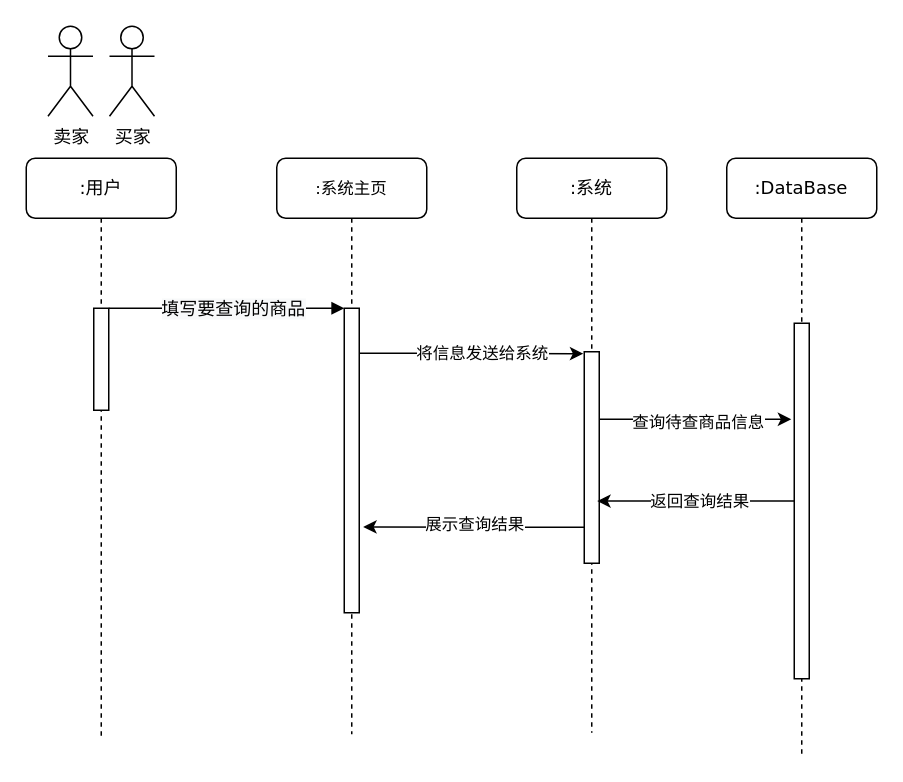
Before: 商品查询顺序图.drawio in 200928/image, a draw.io diagram. Source tidied: cells renumbered, new cells numbered last; positions are measured from the earlier drawing's top-left corner, leaving out a move shared by most shapes. Both pictures are drawn from the tidied source at 150%, with x=0, y=0 at pixel (26, 26).
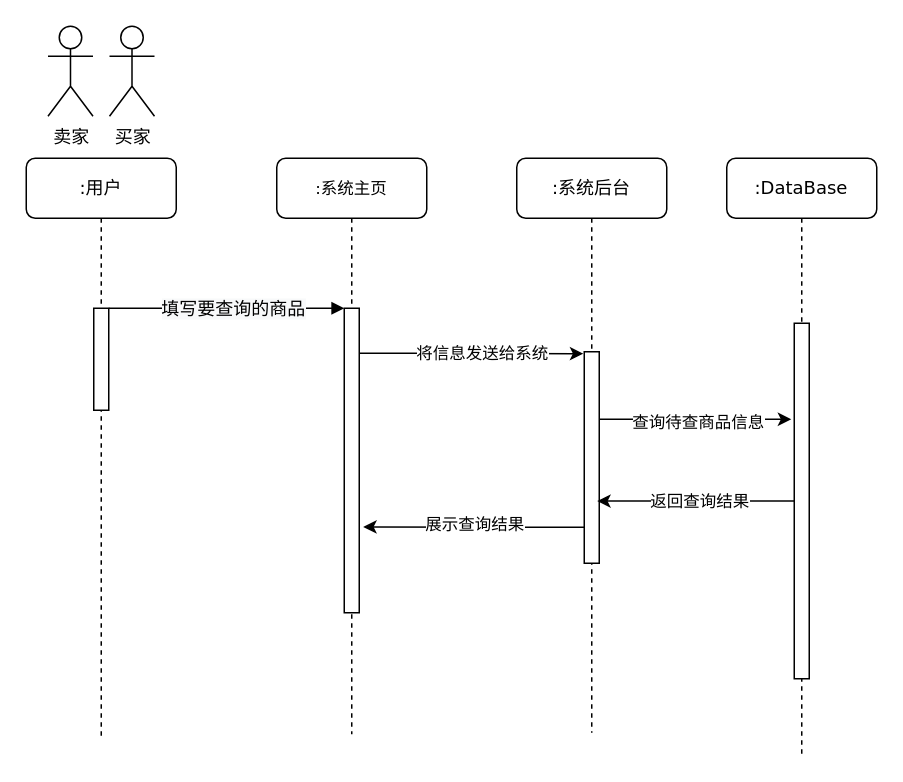
The same diagram, later.

Commit message (it also covers changes not shown here):
更新商品查询顺序图.drawio

What changed in the source:
```diff
@@
-    <mxCell id="4" value=":系统" style="shape=umlLifeline;perimeter=lifelinePerimeter;whiteSpace=wrap;html=1;rounded=1;shadow=0;comic=0;labelBackgroundColor=none;strokeWidth=1;fontFamily=Verdana;fontSize=12;align=center;" parent="1" vertex="1">
+    <mxCell id="4" value=":系统后台" style="shape=umlLifeline;perimeter=lifelinePerimeter;whiteSpace=wrap;html=1;rounded=1;shadow=0;comic=0;labelBackgroundColor=none;strokeWidth=1;fontFamily=Verdana;fontSize=12;align=center;" parent="1" vertex="1">
       <mxGeometry x="327" y="88" width="100" height="383" as="geometry" />
     </mxCell>
```
